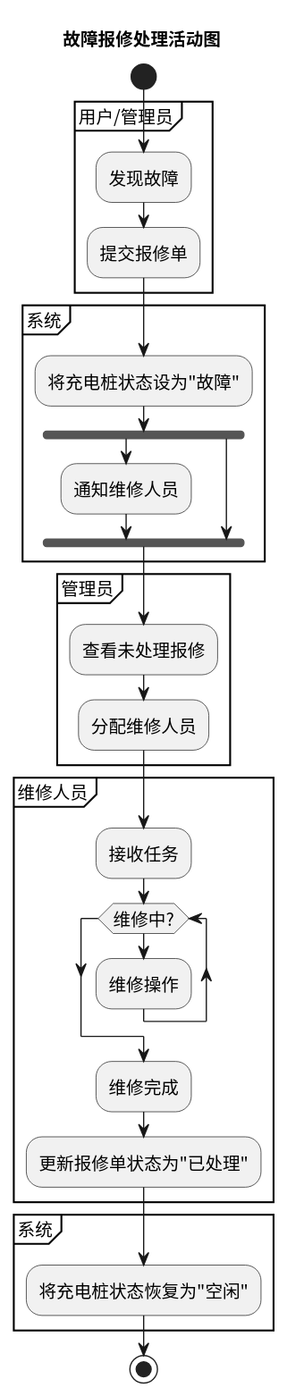
The PlantUML diagram activity/img/activity_repair.svg in greenhandzdl/charging-station-doc, before a commit.
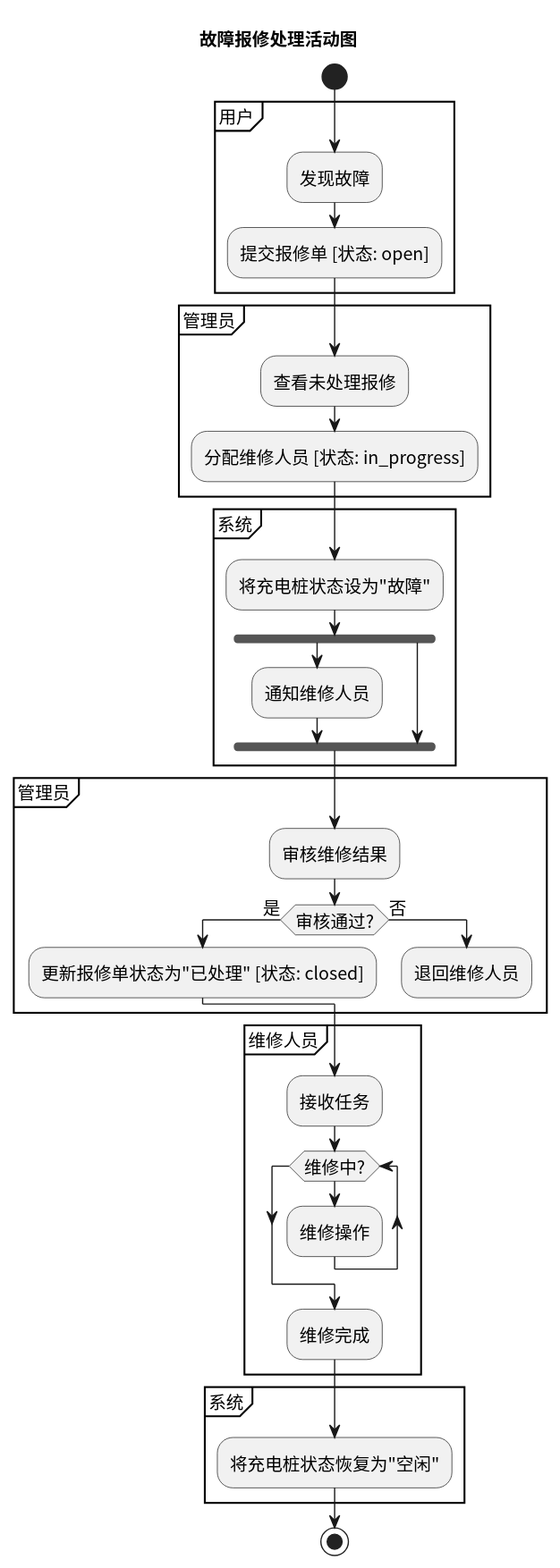
Later version of the same file.

Change to the diagram source:
```diff
@@ -4,9 +4,14 @@
 title 故障报修处理活动图
 start
 
-partition "用户/管理员" {
+partition "用户" {
   :发现故障;
-  :提交报修单;
+  :提交报修单 [状态: open];
+}
+
+partition "管理员" {
+  :查看未处理报修;
+  :分配维修人员 [状态: in_progress];
 }
 
 partition "系统" {
@@ -18,8 +23,13 @@
 }
 
 partition "管理员" {
-  :查看未处理报修;
-  :分配维修人员;
+  :审核维修结果;
+  if (审核通过?) then (是)
+    :更新报修单状态为"已处理" [状态: closed];
+  else (否)
+    :退回维修人员;
+    detach
+  endif
 }
 
 partition "维修人员" {
@@ -28,7 +38,6 @@
     :维修操作;
   endwhile
   :维修完成;
-  :更新报修单状态为"已处理";
 }
 
 partition "系统" {
```
